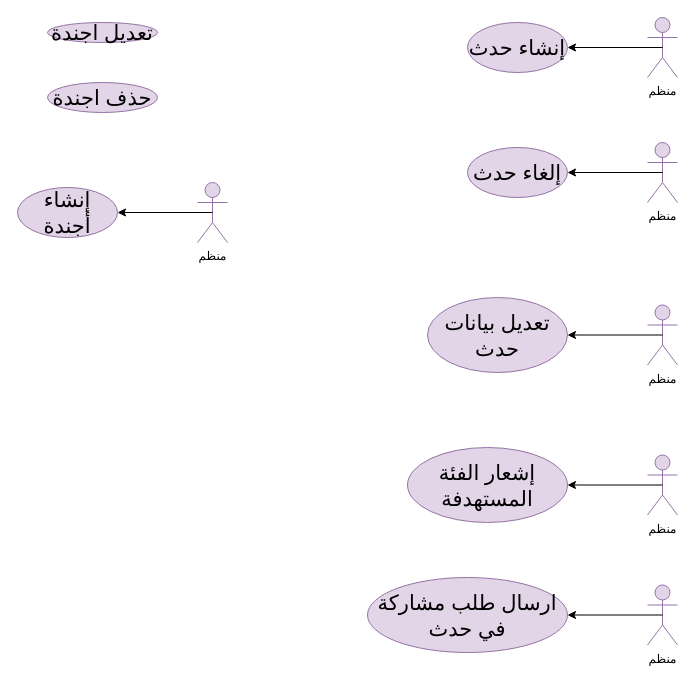
The draw.io diagram page "Page-2" (2 of 3) of Untitled Diagram.drawio in it-sCats/Fluke, before the edit. Source tidied: cells renumbered, new cells numbered last; positions are measured from the earlier drawing's top-left corner, leaving out a move shared by most shapes. Both pictures are drawn from the tidied source at 100%, with x=0, y=0 at pixel (17, 17).
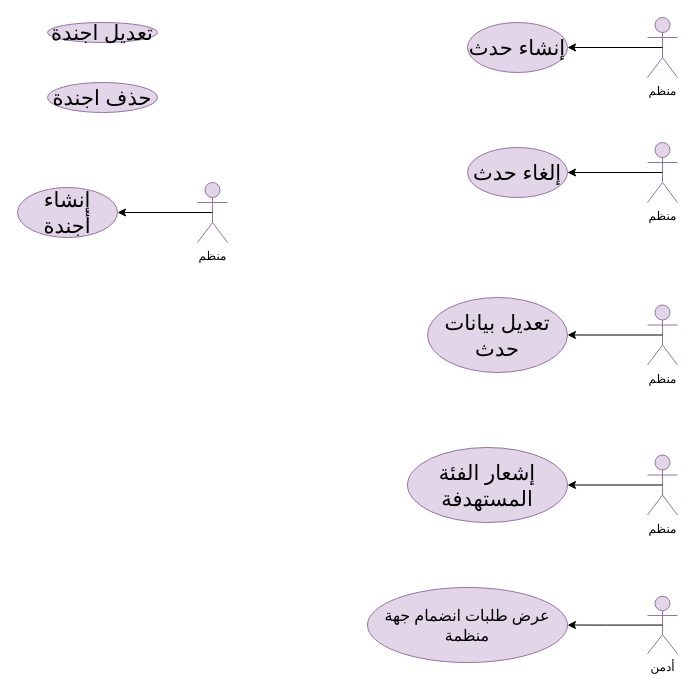
The same diagram, later.

What changed in the source:
```diff
@@
     <mxCell id="20" style="group;" parent="1" vertex="1">
-      <mxGeometry x="450" y="555" width="210" height="80" as="geometry" />
+      <mxGeometry x="450" y="565" width="210" height="80" as="geometry" />
     </mxCell>
-    <mxCell id="21" value="منظم" style="shape=umlActor;verticalLabelPosition=bottom;verticalAlign=top;html=1;fillColor=#e1d5e7;strokeColor=#9673a6;" parent="20" vertex="1">
-      <mxGeometry x="180" y="12.5" width="30" height="60" as="geometry" />
+    <mxCell id="21" value="أدمن" style="shape=umlActor;verticalLabelPosition=bottom;verticalAlign=top;html=1;fillColor=#e1d5e7;strokeColor=#9673a6;" parent="20" vertex="1">
+      <mxGeometry x="180" y="13.8" width="30" height="57.5" as="geometry" />
     </mxCell>
-    <mxCell id="22" value="&lt;font style=&quot;font-size: 21px&quot;&gt;ارسال طلب مشاركة في حدث&lt;/font&gt;" style="ellipse;whiteSpace=wrap;html=1;fillColor=#e1d5e7;strokeColor=#9673a6;" parent="20" vertex="1">
+    <mxCell id="22" value="&lt;span id=&quot;docs-internal-guid-652dcea1-7fff-1407-ecd0-396467a89977&quot;&gt;&lt;span style=&quot;font-size: 12pt ; font-family: &amp;#34;times new roman&amp;#34; ; background-color: transparent ; vertical-align: baseline&quot;&gt;عرض طلبات انضمام جهة منظمة&lt;/span&gt;&lt;/span&gt;" style="ellipse;whiteSpace=wrap;html=1;fillColor=#e1d5e7;strokeColor=#9673a6;" parent="20" vertex="1">
       <mxGeometry x="-100" y="5" width="200" height="75" as="geometry" />
     </mxCell>
```
